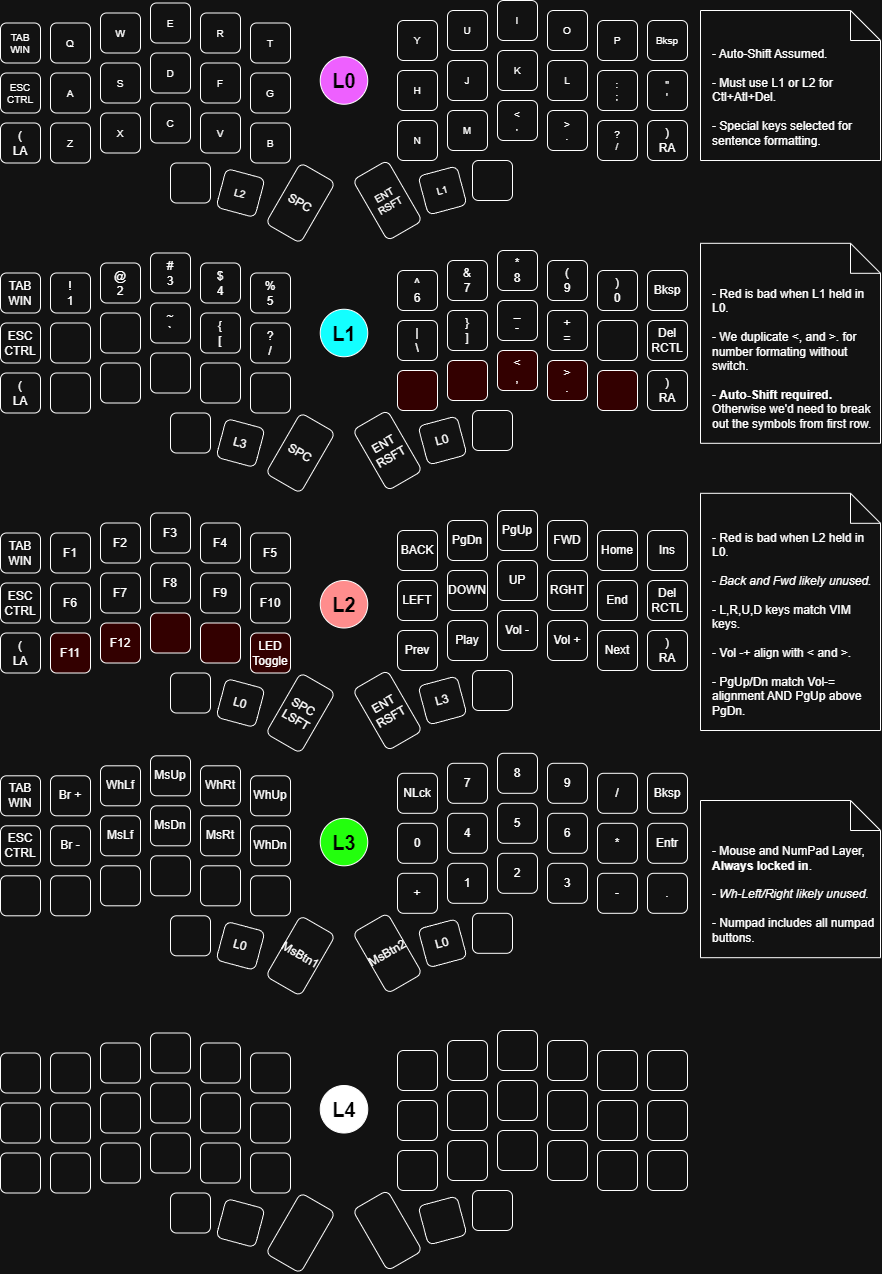
The draw.io diagram website/docs/Collections/ToolsAndTechnique/CorneKeyboard/vinnie-layout.drawio2.png in crazychenz/vinnie.work, before a commit. Source tidied: cells renumbered, new cells last; positions are measured from the earlier drawing's top-left corner, leaving out a move shared by most shapes.
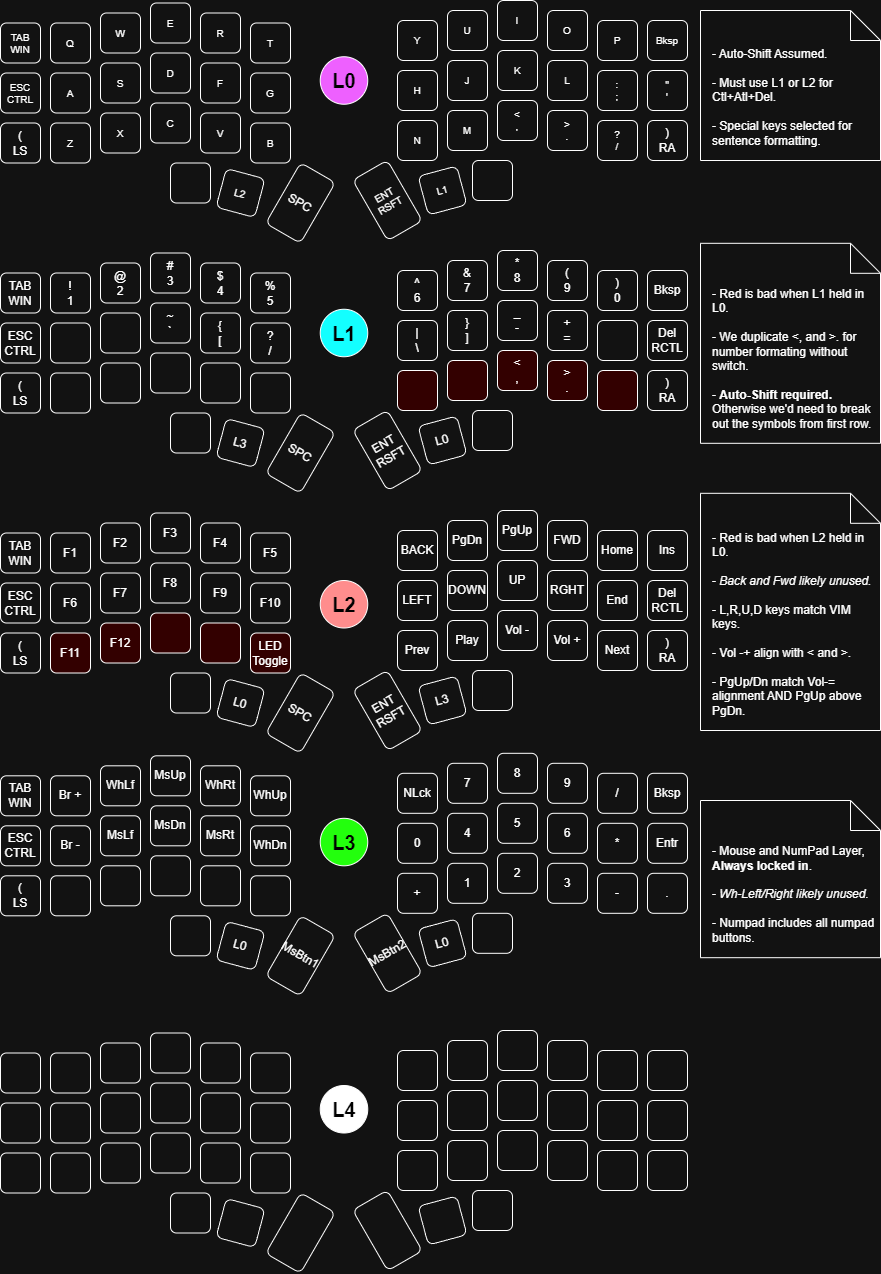
Later version of the same file.

Diff of the diagram source:
```diff
@@ -80,7 +80,7 @@
     <mxCell id="27" value="A" style="rounded=1;whiteSpace=wrap;html=1;fontSize=10;" parent="2" vertex="1">
       <mxGeometry x="50" y="72.5" width="40" height="40" as="geometry" />
     </mxCell>
-    <mxCell id="28" value="&lt;div style=&quot;font-size: 12px;&quot;&gt;&lt;span style=&quot;background-color: transparent; color: light-dark(rgb(0, 0, 0), rgb(255, 255, 255));&quot;&gt;(&lt;/span&gt;&lt;/div&gt;&lt;div style=&quot;font-size: 12px;&quot;&gt;&lt;span style=&quot;background-color: transparent; color: light-dark(rgb(0, 0, 0), rgb(255, 255, 255));&quot;&gt;LA&lt;/span&gt;&lt;/div&gt;" style="rounded=1;whiteSpace=wrap;html=1;fontSize=10;" parent="2" vertex="1">
+    <mxCell id="28" value="&lt;div style=&quot;font-size: 12px;&quot;&gt;&lt;span style=&quot;background-color: transparent; color: light-dark(rgb(0, 0, 0), rgb(255, 255, 255));&quot;&gt;(&lt;/span&gt;&lt;/div&gt;&lt;div style=&quot;font-size: 12px;&quot;&gt;&lt;span style=&quot;background-color: transparent; color: light-dark(rgb(0, 0, 0), rgb(255, 255, 255));&quot;&gt;LS&lt;/span&gt;&lt;/div&gt;" style="rounded=1;whiteSpace=wrap;html=1;fontSize=10;" parent="2" vertex="1">
       <mxGeometry y="122.5" width="40" height="40" as="geometry" />
     </mxCell>
     <mxCell id="29" value="Z" style="rounded=1;whiteSpace=wrap;html=1;fontSize=10;" parent="2" vertex="1">
@@ -212,7 +212,7 @@
     <mxCell id="71" style="rounded=1;whiteSpace=wrap;html=1;" parent="46" vertex="1">
       <mxGeometry x="50" y="72.5" width="40" height="40" as="geometry" />
     </mxCell>
-    <mxCell id="72" value="&lt;div&gt;&lt;span style=&quot;background-color: transparent; color: light-dark(rgb(0, 0, 0), rgb(255, 255, 255));&quot;&gt;(&lt;/span&gt;&lt;/div&gt;&lt;div&gt;&lt;span style=&quot;background-color: transparent; color: light-dark(rgb(0, 0, 0), rgb(255, 255, 255));&quot;&gt;LA&lt;/span&gt;&lt;/div&gt;" style="rounded=1;whiteSpace=wrap;html=1;" parent="46" vertex="1">
+    <mxCell id="72" value="&lt;div&gt;&lt;span style=&quot;background-color: transparent; color: light-dark(rgb(0, 0, 0), rgb(255, 255, 255));&quot;&gt;(&lt;/span&gt;&lt;/div&gt;&lt;div&gt;&lt;span style=&quot;background-color: transparent; color: light-dark(rgb(0, 0, 0), rgb(255, 255, 255));&quot;&gt;LS&lt;/span&gt;&lt;/div&gt;" style="rounded=1;whiteSpace=wrap;html=1;" parent="46" vertex="1">
       <mxGeometry y="122.5" width="40" height="40" as="geometry" />
     </mxCell>
     <mxCell id="73" style="rounded=1;whiteSpace=wrap;html=1;" parent="46" vertex="1">
@@ -344,7 +344,7 @@
     <mxCell id="115" value="F6" style="rounded=1;whiteSpace=wrap;html=1;" parent="90" vertex="1">
       <mxGeometry x="50" y="72.5" width="40" height="40" as="geometry" />
     </mxCell>
-    <mxCell id="116" value="&lt;div&gt;&lt;span style=&quot;background-color: transparent; color: light-dark(rgb(0, 0, 0), rgb(255, 255, 255));&quot;&gt;(&lt;/span&gt;&lt;/div&gt;&lt;div&gt;&lt;span style=&quot;background-color: transparent; color: light-dark(rgb(0, 0, 0), rgb(255, 255, 255));&quot;&gt;LA&lt;/span&gt;&lt;/div&gt;" style="rounded=1;whiteSpace=wrap;html=1;" parent="90" vertex="1">
+    <mxCell id="116" value="&lt;div&gt;&lt;span style=&quot;background-color: transparent; color: light-dark(rgb(0, 0, 0), rgb(255, 255, 255));&quot;&gt;(&lt;/span&gt;&lt;/div&gt;&lt;div&gt;&lt;span style=&quot;background-color: transparent; color: light-dark(rgb(0, 0, 0), rgb(255, 255, 255));&quot;&gt;LS&lt;/span&gt;&lt;/div&gt;" style="rounded=1;whiteSpace=wrap;html=1;" parent="90" vertex="1">
       <mxGeometry y="122.5" width="40" height="40" as="geometry" />
     </mxCell>
     <mxCell id="117" value="F11" style="rounded=1;whiteSpace=wrap;html=1;fillColor=#330000;" parent="90" vertex="1">
@@ -386,7 +386,7 @@
     <mxCell id="129" value="LED Toggle" style="rounded=1;whiteSpace=wrap;html=1;fillColor=#330000;" parent="90" vertex="1">
       <mxGeometry x="250" y="122.5" width="40" height="40" as="geometry" />
     </mxCell>
-    <mxCell id="130" value="SPC&lt;div&gt;LSFT&lt;/div&gt;" style="rounded=1;whiteSpace=wrap;html=1;rotation=30;" parent="90" vertex="1">
+    <mxCell id="130" value="SPC" style="rounded=1;whiteSpace=wrap;html=1;rotation=30;" parent="90" vertex="1">
       <mxGeometry x="280" y="167.5" width="40" height="70" as="geometry" />
     </mxCell>
     <mxCell id="131" style="rounded=1;whiteSpace=wrap;html=1;" parent="90" vertex="1">
@@ -476,7 +476,7 @@
     <mxCell id="159" value="Br -" style="rounded=1;whiteSpace=wrap;html=1;" parent="134" vertex="1">
       <mxGeometry x="50" y="72.5" width="40" height="40" as="geometry" />
     </mxCell>
-    <mxCell id="160" style="rounded=1;whiteSpace=wrap;html=1;" parent="134" vertex="1">
+    <mxCell id="160" value="&lt;div&gt;&lt;span style=&quot;background-color: transparent; color: light-dark(rgb(0, 0, 0), rgb(255, 255, 255));&quot;&gt;(&lt;/span&gt;&lt;/div&gt;&lt;div&gt;&lt;span style=&quot;background-color: transparent; color: light-dark(rgb(0, 0, 0), rgb(255, 255, 255));&quot;&gt;LS&lt;/span&gt;&lt;/div&gt;" style="rounded=1;whiteSpace=wrap;html=1;" parent="134" vertex="1">
       <mxGeometry y="122.5" width="40" height="40" as="geometry" />
     </mxCell>
     <mxCell id="161" style="rounded=1;whiteSpace=wrap;html=1;" parent="134" vertex="1">
```
